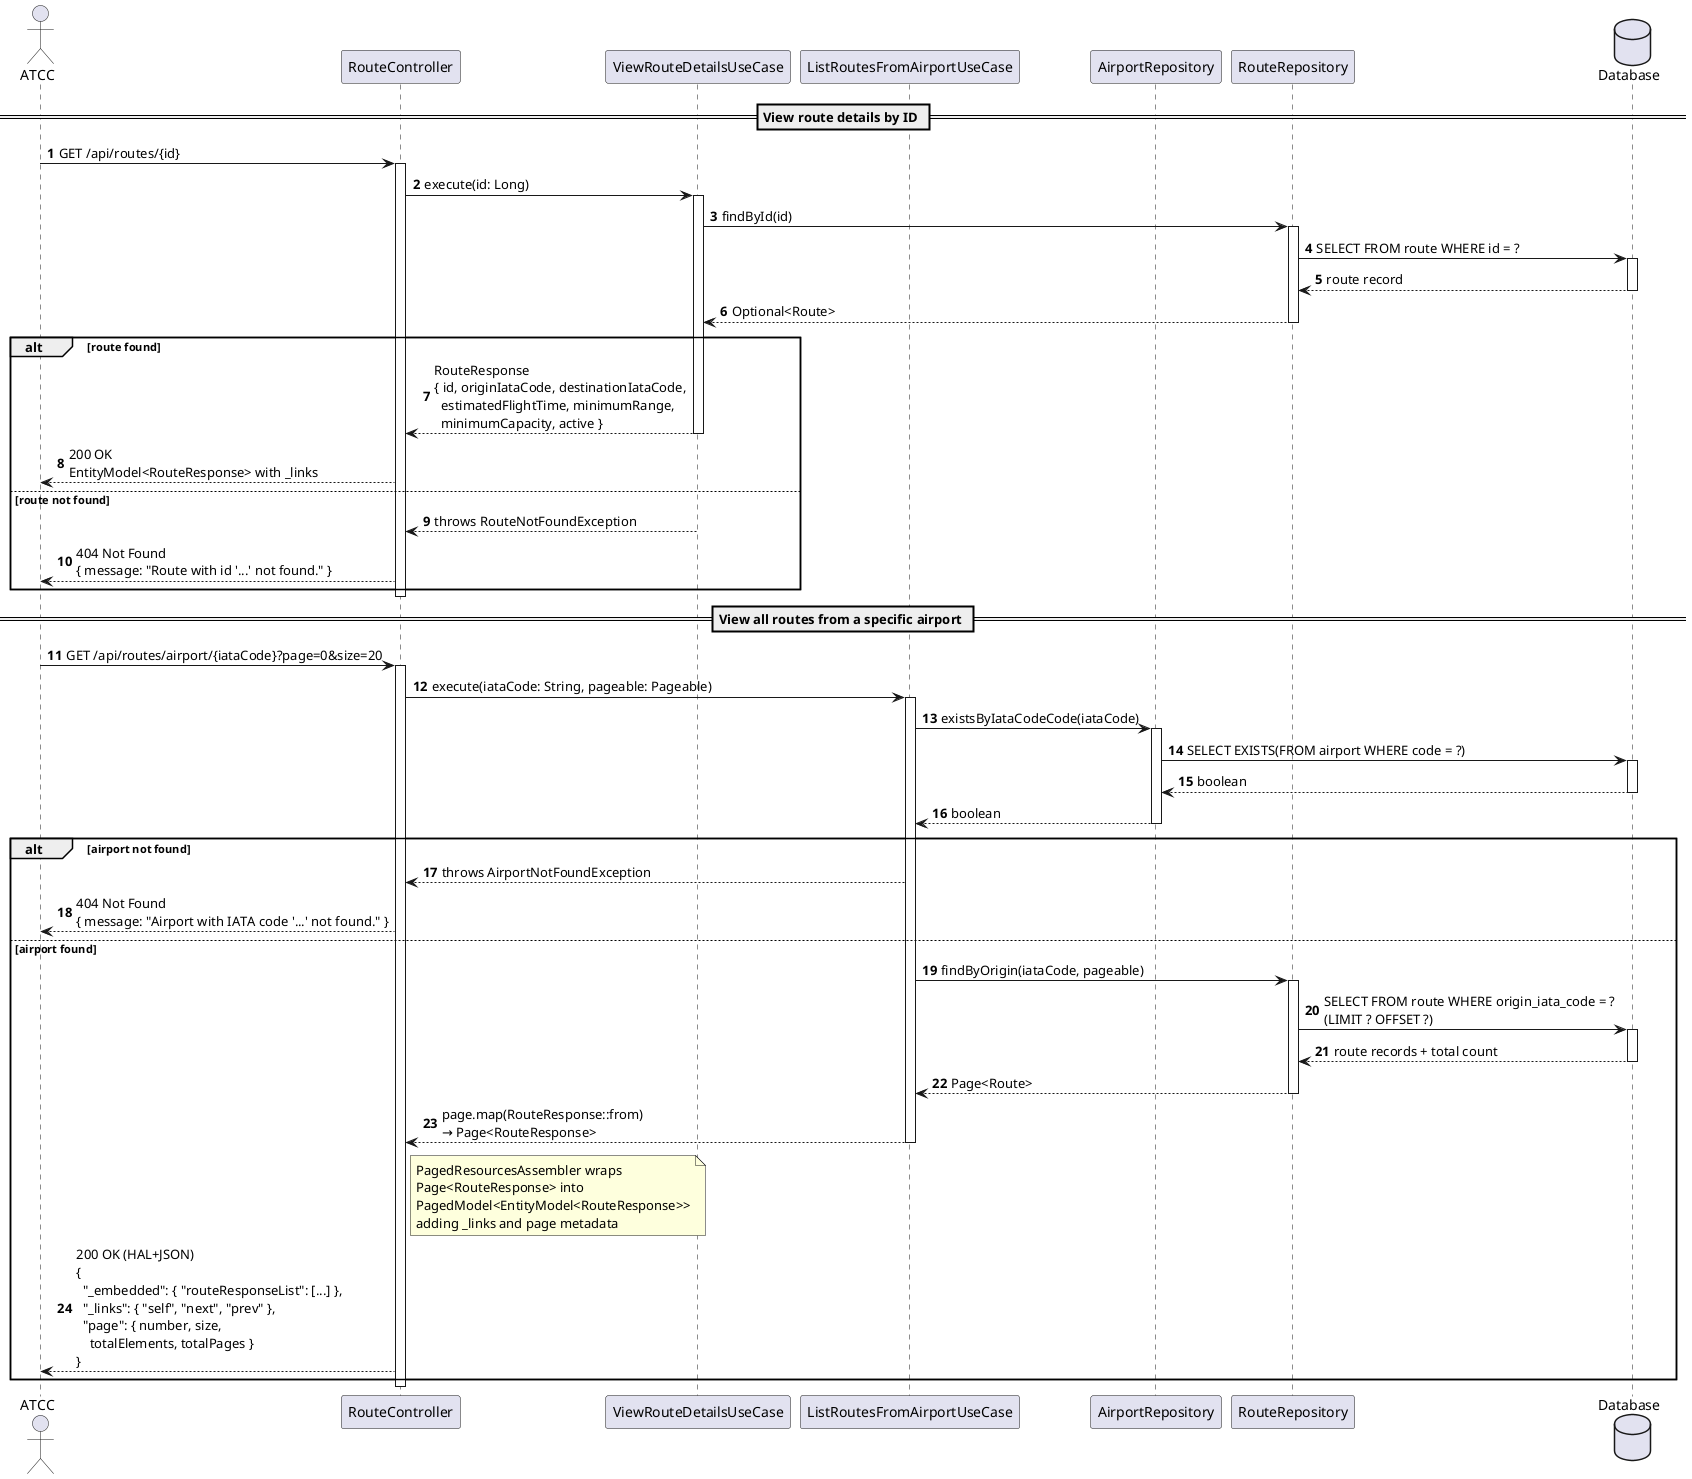
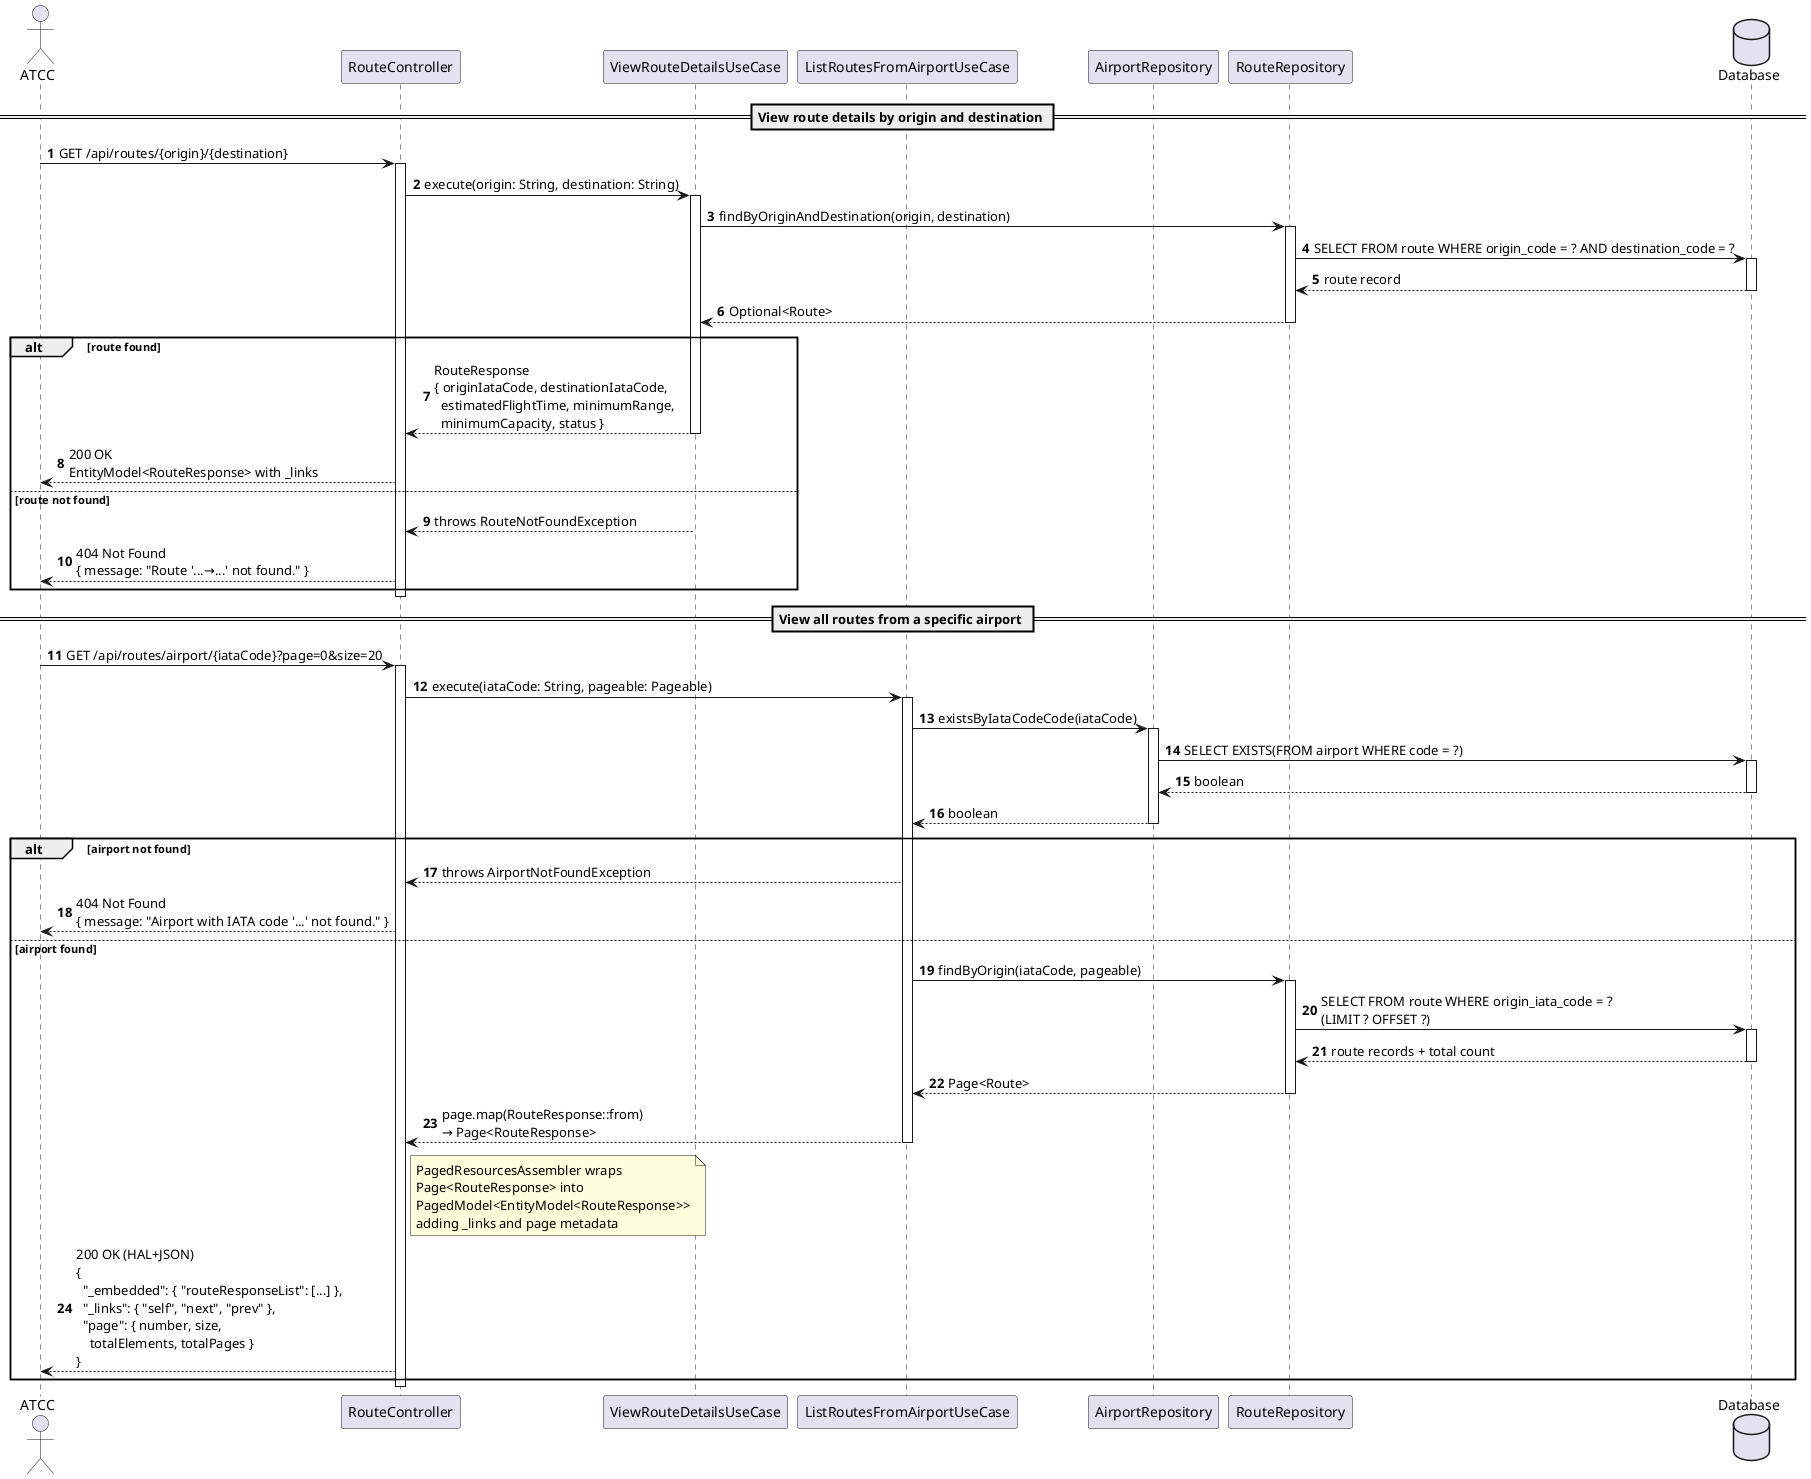
@startuml
autonumber
actor "ATCC" as Actor
participant "RouteController" as Ctrl
participant "ViewRouteDetailsUseCase" as DetailsUC
participant "ListRoutesFromAirportUseCase" as ListUC
participant "AirportRepository" as AirportRepo
participant "RouteRepository" as RouteRepo
database "Database" as DB

- == View route details by ID ==
- Actor -> Ctrl : GET /api/routes/{id}
+ == View route details by origin and destination ==
+ Actor -> Ctrl : GET /api/routes/{origin}/{destination}
activate Ctrl

- Ctrl -> DetailsUC : execute(id: Long)
+ Ctrl -> DetailsUC : execute(origin: String, destination: String)
activate DetailsUC

- DetailsUC -> RouteRepo : findById(id)
+ DetailsUC -> RouteRepo : findByOriginAndDestination(origin, destination)
activate RouteRepo
- RouteRepo -> DB : SELECT FROM route WHERE id = ?
+ RouteRepo -> DB : SELECT FROM route WHERE origin_code = ? AND destination_code = ?
activate DB
DB --> RouteRepo : route record
deactivate DB
RouteRepo --> DetailsUC : Optional<Route>
deactivate RouteRepo

alt route found
-   DetailsUC --> Ctrl : RouteResponse\n{ id, originIataCode, destinationIataCode,\n  estimatedFlightTime, minimumRange,\n  minimumCapacity, active }
+   DetailsUC --> Ctrl : RouteResponse\n{ originIataCode, destinationIataCode,\n  estimatedFlightTime, minimumRange,\n  minimumCapacity, status }
  deactivate DetailsUC
  Ctrl --> Actor : 200 OK\nEntityModel<RouteResponse> with _links
else route not found
  DetailsUC --> Ctrl : throws RouteNotFoundException
-   Ctrl --> Actor : 404 Not Found\n{ message: "Route with id '...' not found." }
+   Ctrl --> Actor : 404 Not Found\n{ message: "Route '...→...' not found." }
end

deactivate Ctrl

== View all routes from a specific airport ==
Actor -> Ctrl : GET /api/routes/airport/{iataCode}?page=0&size=20
activate Ctrl

Ctrl -> ListUC : execute(iataCode: String, pageable: Pageable)
activate ListUC

ListUC -> AirportRepo : existsByIataCodeCode(iataCode)
activate AirportRepo
AirportRepo -> DB : SELECT EXISTS(FROM airport WHERE code = ?)
activate DB
DB --> AirportRepo : boolean
deactivate DB
AirportRepo --> ListUC : boolean
deactivate AirportRepo

alt airport not found
  ListUC --> Ctrl : throws AirportNotFoundException
  Ctrl --> Actor : 404 Not Found\n{ message: "Airport with IATA code '...' not found." }
else airport found
  ListUC -> RouteRepo : findByOrigin(iataCode, pageable)
  activate RouteRepo
  RouteRepo -> DB : SELECT FROM route WHERE origin_iata_code = ?\n(LIMIT ? OFFSET ?)
  activate DB
  DB --> RouteRepo : route records + total count
  deactivate DB
  RouteRepo --> ListUC : Page<Route>
  deactivate RouteRepo

  ListUC --> Ctrl : page.map(RouteResponse::from)\n→ Page<RouteResponse>
  deactivate ListUC

  note right of Ctrl
    PagedResourcesAssembler wraps
    Page<RouteResponse> into
    PagedModel<EntityModel<RouteResponse>>
    adding _links and page metadata
  end note

  Ctrl --> Actor : 200 OK (HAL+JSON)\n{\n  "_embedded": { "routeResponseList": [...] },\n  "_links": { "self", "next", "prev" },\n  "page": { number, size,\n    totalElements, totalPages }\n}
end

deactivate Ctrl
@enduml
